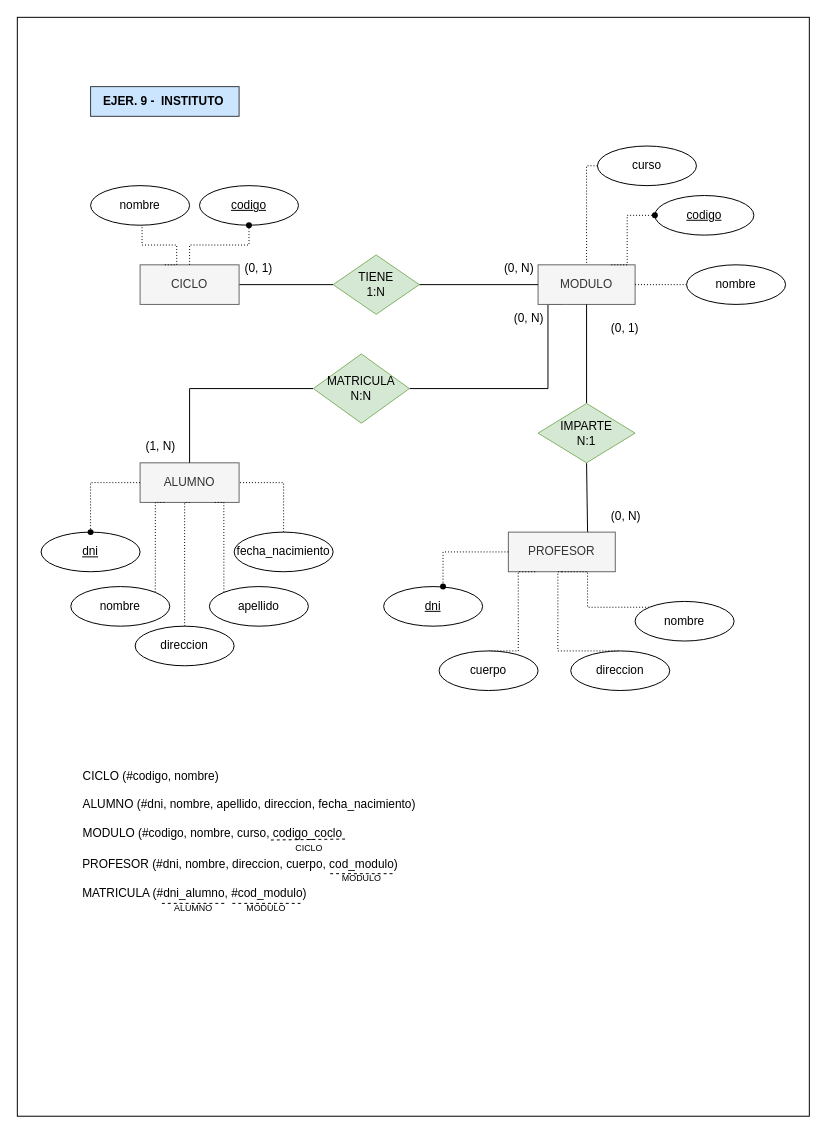
The draw.io diagram ejer9_instituto_code.drawio in mdrp93/BASE-DE-DATOS, before the edit. Source tidied: cells renumbered, new cells numbered last; positions are measured from the earlier drawing's top-left corner, leaving out a move shared by most shapes. Both pictures are drawn from the tidied source at 99%, with x=0, y=0 at pixel (17, 17).
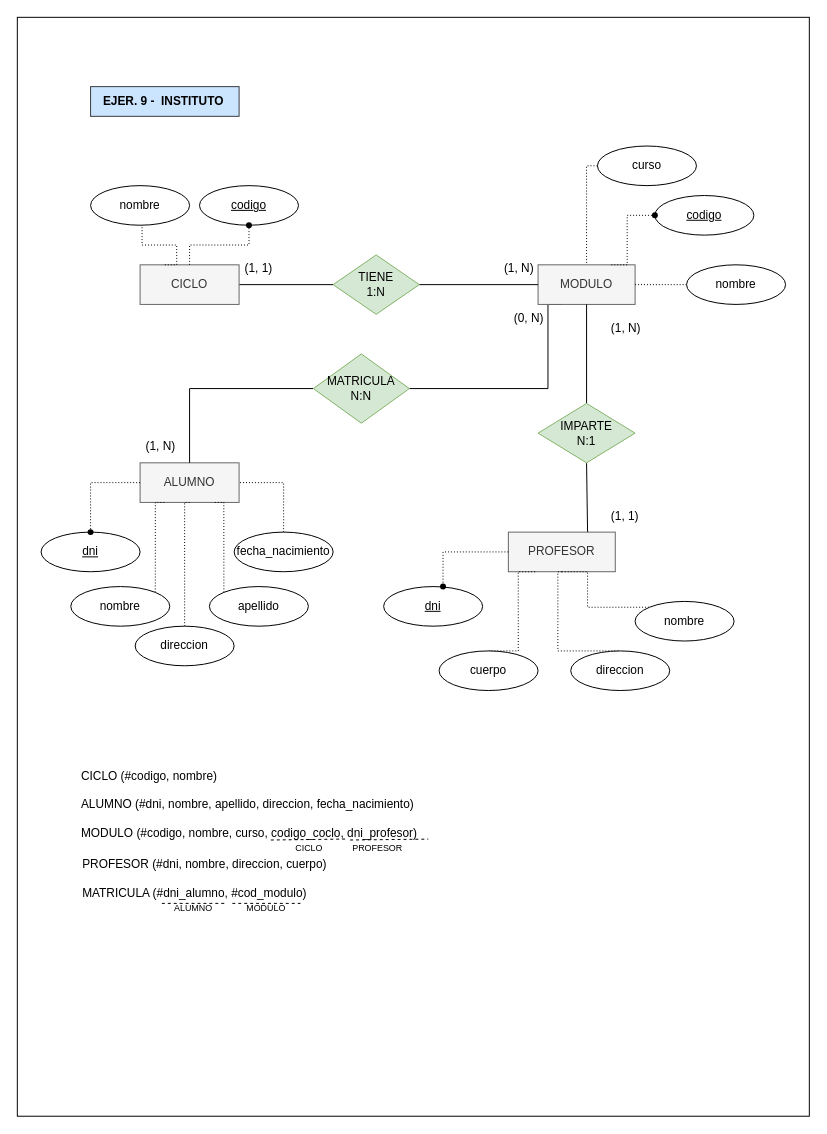
The same page after the edit.

The edit, as a diff of the source:
```diff
@@
-    <mxCell id="13" value="(0, 1)" style="text;strokeColor=none;fillColor=none;spacingLeft=4;spacingRight=4;overflow=hidden;fontSize=12;whiteSpace=wrap;html=1;" parent="1" vertex="1">
+    <mxCell id="13" value="(1, 1)" style="text;strokeColor=none;fillColor=none;spacingLeft=4;spacingRight=4;overflow=hidden;fontSize=12;whiteSpace=wrap;html=1;" parent="1" vertex="1">
       <mxGeometry x="224" y="240" width="50" height="30" as="geometry" />
     </mxCell>
-    <mxCell id="14" value="(0, N)" style="text;strokeColor=none;fillColor=none;spacingLeft=4;spacingRight=4;overflow=hidden;fontSize=12;whiteSpace=wrap;html=1;" parent="1" vertex="1">
+    <mxCell id="14" value="(1, N)" style="text;strokeColor=none;fillColor=none;spacingLeft=4;spacingRight=4;overflow=hidden;fontSize=12;whiteSpace=wrap;html=1;" parent="1" vertex="1">
       <mxGeometry x="486" y="240" width="50" height="30" as="geometry" />
     </mxCell>
@@
-    <mxCell id="27" value="&lt;div style=&quot;text-align: justify;&quot;&gt;&lt;span style=&quot;background-color: initial;&quot;&gt;CICLO (#codigo, nombre)&lt;/span&gt;&lt;/div&gt;&lt;font style=&quot;&quot;&gt;&lt;div style=&quot;text-align: justify;&quot;&gt;&lt;span style=&quot;background-color: initial;&quot;&gt;&lt;br&gt;&lt;/span&gt;&lt;/div&gt;&lt;div style=&quot;text-align: justify;&quot;&gt;&lt;span style=&quot;background-color: initial;&quot;&gt;ALUMNO (#dni, nombre, apellido, direccion, fecha_nacimiento)&lt;/span&gt;&lt;br&gt;&lt;/div&gt;&lt;div style=&quot;font-size: 12px; text-align: justify;&quot;&gt;&lt;br&gt;&lt;/div&gt;&lt;div style=&quot;font-size: 12px; text-align: justify;&quot;&gt;MODULO (#codigo, nombre, curso, codigo_coclo&lt;/div&gt;&lt;/font&gt;" style="text;html=1;align=center;verticalAlign=middle;points=[];strokeColor=none;fillColor=none;" parent="1" vertex="1">
+    <mxCell id="27" value="&lt;div style=&quot;text-align: justify;&quot;&gt;&lt;span style=&quot;background-color: initial;&quot;&gt;CICLO (#codigo, nombre)&lt;/span&gt;&lt;/div&gt;&lt;font style=&quot;&quot;&gt;&lt;div style=&quot;text-align: justify;&quot;&gt;&lt;span style=&quot;background-color: initial;&quot;&gt;&lt;br&gt;&lt;/span&gt;&lt;/div&gt;&lt;div style=&quot;text-align: justify;&quot;&gt;&lt;span style=&quot;background-color: initial;&quot;&gt;ALUMNO (#dni, nombre, apellido, direccion, fecha_nacimiento)&lt;/span&gt;&lt;br&gt;&lt;/div&gt;&lt;div style=&quot;font-size: 12px; text-align: justify;&quot;&gt;&lt;br&gt;&lt;/div&gt;&lt;div style=&quot;font-size: 12px; text-align: justify;&quot;&gt;MODULO (#codigo, nombre, curso, codigo_coclo, dni_profesor)&lt;/div&gt;&lt;/font&gt;" style="text;html=1;align=center;verticalAlign=middle;points=[];strokeColor=none;fillColor=none;" parent="1" vertex="1">
       <mxGeometry x="54" y="750" width="360" height="90" as="geometry" />
     </mxCell>
-    <mxCell id="28" value="&lt;div style=&quot;text-align: justify;&quot;&gt;&lt;span style=&quot;background-color: initial;&quot;&gt;PROFESOR (#dni, nombre, direccion, cuerpo, cod_modulo)&lt;/span&gt;&lt;/div&gt;&lt;font style=&quot;&quot;&gt;&lt;div style=&quot;text-align: justify;&quot;&gt;&lt;br&gt;&lt;/div&gt;&lt;div style=&quot;text-align: justify;&quot;&gt;&lt;span style=&quot;background-color: initial;&quot;&gt;MATRICULA (#dni_alumno, #cod_modulo)&lt;/span&gt;&lt;/div&gt;&lt;/font&gt;" style="text;html=1;align=left;verticalAlign=middle;strokeColor=none;fillColor=none;" parent="1" vertex="1">
-      <mxGeometry x="64" y="840" width="340" height="60" as="geometry" />
+    <mxCell id="28" value="&lt;div style=&quot;text-align: justify;&quot;&gt;&lt;span style=&quot;background-color: initial;&quot;&gt;PROFESOR (#dni, nombre, direccion, cuerpo)&lt;/span&gt;&lt;/div&gt;&lt;font style=&quot;&quot;&gt;&lt;div style=&quot;text-align: justify;&quot;&gt;&lt;br&gt;&lt;/div&gt;&lt;div style=&quot;text-align: justify;&quot;&gt;&lt;span style=&quot;background-color: initial;&quot;&gt;MATRICULA (#dni_alumno, #cod_modulo)&lt;/span&gt;&lt;/div&gt;&lt;/font&gt;" style="text;html=1;align=left;verticalAlign=middle;strokeColor=none;fillColor=none;" parent="1" vertex="1">
+      <mxGeometry x="64" y="840" width="270" height="60" as="geometry" />
     </mxCell>
@@
-    <mxCell id="33" value="(0, N)" style="text;strokeColor=none;fillColor=none;spacingLeft=4;spacingRight=4;overflow=hidden;fontSize=12;whiteSpace=wrap;html=1;" parent="1" vertex="1">
+    <mxCell id="33" value="(1, 1)" style="text;strokeColor=none;fillColor=none;spacingLeft=4;spacingRight=4;overflow=hidden;fontSize=12;whiteSpace=wrap;html=1;" parent="1" vertex="1">
       <mxGeometry x="594" y="490" width="50" height="30" as="geometry" />
     </mxCell>
@@
-    <mxCell id="49" value="(0, 1)" style="text;strokeColor=none;fillColor=none;spacingLeft=4;spacingRight=4;overflow=hidden;fontSize=12;whiteSpace=wrap;html=1;" parent="1" vertex="1">
+    <mxCell id="49" value="(1, N)" style="text;strokeColor=none;fillColor=none;spacingLeft=4;spacingRight=4;overflow=hidden;fontSize=12;whiteSpace=wrap;html=1;" parent="1" vertex="1">
       <mxGeometry x="594" y="300" width="50" height="30" as="geometry" />
     </mxCell>
@@
-    <mxCell id="67" value="MODULO" style="text;html=1;strokeColor=none;fillColor=none;align=center;verticalAlign=middle;whiteSpace=wrap;rounded=0;fontSize=9;" parent="1" vertex="1">
-      <mxGeometry x="316" y="865" width="63.5" height="10" as="geometry" />
-    </mxCell>
-    <mxCell id="68" style="endArrow=none;dashed=1;html=1;rounded=0;entryX=1;entryY=0;entryDx=0;entryDy=0;exitX=0;exitY=0;exitDx=0;exitDy=0;" parent="1" edge="1" source="67" target="67">
-      <mxGeometry relative="1" as="geometry" />
-    </mxCell>
@@
+    <mxCell id="73" style="group;" parent="1" vertex="1">
+      <mxGeometry x="334" y="830" width="82" height="20" as="geometry" />
+    </mxCell>
+    <mxCell id="74" value="&lt;span style=&quot;white-space: pre;&quot;&gt;&#9;&lt;/span&gt;&lt;span style=&quot;white-space: pre;&quot;&gt;&#9;&lt;/span&gt;PROFESOR" style="text;html=1;strokeColor=none;fillColor=none;align=center;verticalAlign=middle;whiteSpace=wrap;rounded=0;fontSize=9;" parent="73" vertex="1">
+      <mxGeometry x="-20" width="60" height="20" as="geometry" />
+    </mxCell>
+    <mxCell id="75" style="endArrow=none;dashed=1;html=1;rounded=0;exitX=0.056;exitY=0.071;exitDx=0;exitDy=0;exitPerimeter=0;entryX=1.003;entryY=0.89;entryDx=0;entryDy=0;entryPerimeter=0;" parent="73" edge="1" target="27">
+      <mxGeometry relative="1" as="geometry">
+        <mxPoint x="2.1" y="1" as="sourcePoint" />
+      </mxGeometry>
+    </mxCell>
```
